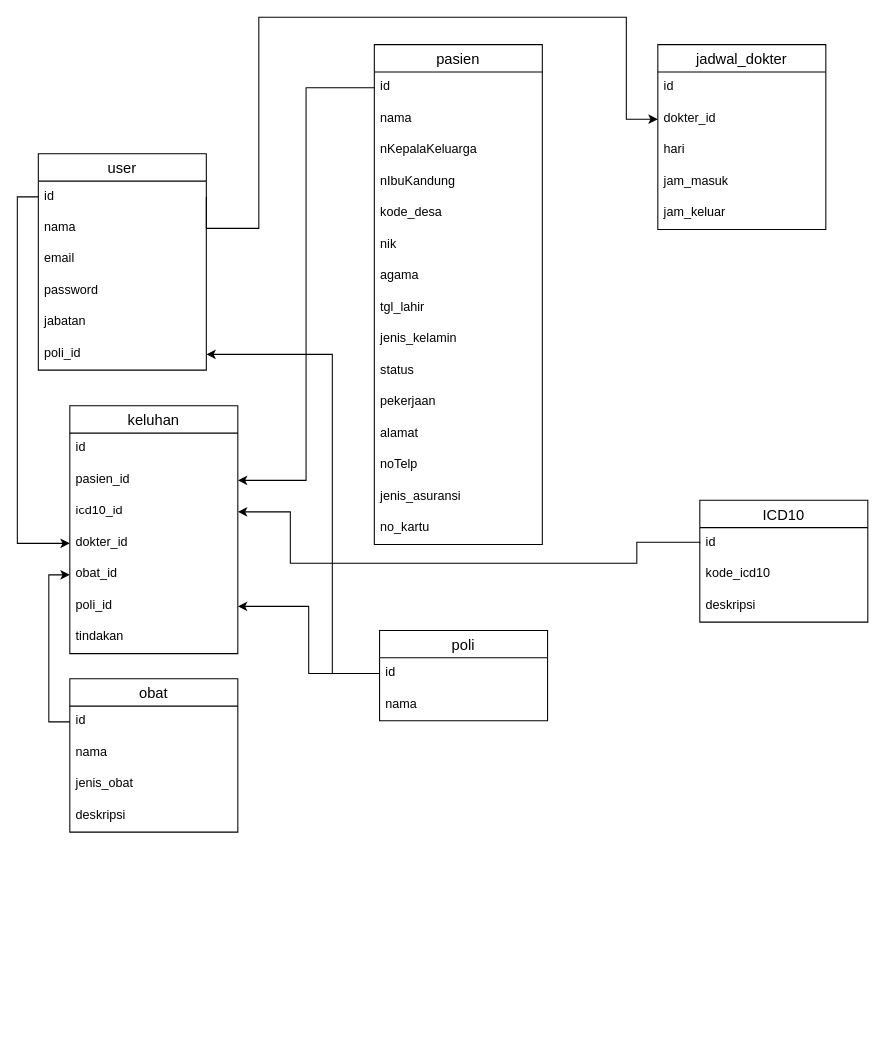
This is ERD/ERD sistem-rekam-medis.drawio from zabilsabri/sistem-rekam-medis, a draw.io file, before an edit. Source tidied: cells renumbered, new cells numbered last; positions are measured from the earlier drawing's top-left corner, leaving out a move shared by most shapes. Both pictures are drawn from the tidied source at 105%, with x=0, y=0 at pixel (38, 17).
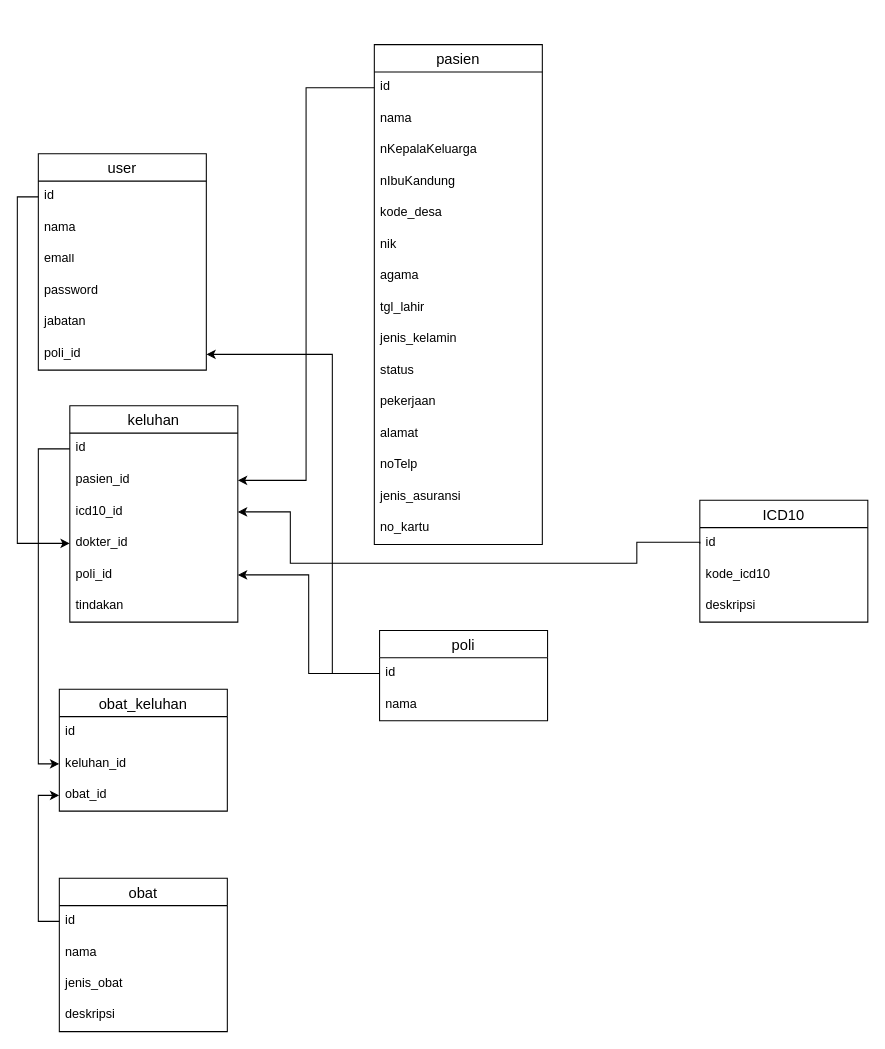
Above is the later version.

Unchanged cells that the change refers to:
```xml
<mxCell id="19" value="id" style="text;strokeColor=none;fillColor=none;spacingLeft=4;spacingRight=4;overflow=hidden;points=[[0,0.5],[1,0.5]];portConstraint=eastwest;fontSize=12;" parent="18" vertex="1">
  <mxGeometry y="26" width="160" height="30" as="geometry" />
</mxCell>
<mxCell id="26" value="id" style="text;strokeColor=none;fillColor=none;spacingLeft=4;spacingRight=4;overflow=hidden;points=[[0,0.5],[1,0.5]];portConstraint=eastwest;fontSize=12;" parent="25" vertex="1">
  <mxGeometry y="26" width="160" height="30" as="geometry" />
</mxCell>
<mxCell id="35" value="id" style="text;strokeColor=none;fillColor=none;spacingLeft=4;spacingRight=4;overflow=hidden;points=[[0,0.5],[1,0.5]];portConstraint=eastwest;fontSize=12;" parent="34" vertex="1">
  <mxGeometry y="26" width="160" height="30" as="geometry" />
</mxCell>
```

The edit, as a diff of the source:
```diff
@@
     <mxCell id="25" value="obat" style="swimlane;fontStyle=0;horizontal=1;startSize=26;align=center;fontSize=14;" parent="1" vertex="1">
-      <mxGeometry x="30" y="630" width="160" height="146" as="geometry" />
+      <mxGeometry x="20" y="820" width="160" height="146" as="geometry" />
     </mxCell>
@@
     <mxCell id="34" value="keluhan" style="swimlane;fontStyle=0;horizontal=1;startSize=26;align=center;fontSize=14;" parent="1" vertex="1">
-      <mxGeometry x="30" y="370" width="160" height="236" as="geometry" />
+      <mxGeometry x="30" y="370" width="160" height="206" as="geometry" />
     </mxCell>
@@
-    <mxCell id="39" value="obat_id" style="text;strokeColor=none;fillColor=none;spacingLeft=4;spacingRight=4;overflow=hidden;points=[[0,0.5],[1,0.5]];portConstraint=eastwest;fontSize=12;" parent="34" vertex="1">
-      <mxGeometry y="146" width="160" height="30" as="geometry" />
-    </mxCell>
     <mxCell id="40" value="poli_id" style="text;strokeColor=none;fillColor=none;spacingLeft=4;spacingRight=4;overflow=hidden;points=[[0,0.5],[1,0.5]];portConstraint=eastwest;fontSize=12;" parent="34" vertex="1">
-      <mxGeometry y="176" width="160" height="30" as="geometry" />
+      <mxGeometry y="146" width="160" height="30" as="geometry" />
     </mxCell>
     <mxCell id="41" value="tindakan" style="text;strokeColor=none;fillColor=none;spacingLeft=4;spacingRight=4;overflow=hidden;fontSize=12;" parent="34" vertex="1">
-      <mxGeometry y="206" width="160" height="30" as="geometry" />
+      <mxGeometry y="176" width="160" height="30" as="geometry" />
     </mxCell>
-    <mxCell id="42" value="jadwal_dokter" style="swimlane;fontStyle=0;horizontal=1;startSize=26;align=center;fontSize=14;" parent="1" vertex="1">
-      <mxGeometry x="590" y="26" width="160" height="176" as="geometry" />
-    </mxCell>
-    <mxCell id="43" value="id" style="text;strokeColor=none;fillColor=none;spacingLeft=4;spacingRight=4;overflow=hidden;fontSize=12;" parent="42" vertex="1">
-      <mxGeometry y="26" width="160" height="30" as="geometry" />
-    </mxCell>
-    <mxCell id="44" value="dokter_id" style="text;strokeColor=none;fillColor=none;spacingLeft=4;spacingRight=4;overflow=hidden;points=[[0,0.5],[1,0.5]];portConstraint=eastwest;fontSize=12;" parent="42" vertex="1">
-      <mxGeometry y="56" width="160" height="30" as="geometry" />
-    </mxCell>
-    <mxCell id="45" value="hari" style="text;strokeColor=none;fillColor=none;spacingLeft=4;spacingRight=4;overflow=hidden;fontSize=12;" parent="42" vertex="1">
-      <mxGeometry y="86" width="160" height="30" as="geometry" />
-    </mxCell>
-    <mxCell id="46" value="jam_masuk" style="text;strokeColor=none;fillColor=none;spacingLeft=4;spacingRight=4;overflow=hidden;fontSize=12;" parent="42" vertex="1">
-      <mxGeometry y="116" width="160" height="30" as="geometry" />
-    </mxCell>
-    <mxCell id="47" value="jam_keluar" style="text;strokeColor=none;fillColor=none;spacingLeft=4;spacingRight=4;overflow=hidden;fontSize=12;" parent="42" vertex="1">
-      <mxGeometry y="146" width="160" height="30" as="geometry" />
-    </mxCell>
@@
-    <mxCell id="50" style="edgeStyle=orthogonalEdgeStyle;rounded=0;jettySize=auto;html=1;exitX=0;exitY=0.5;exitDx=0;exitDy=0;entryX=0;entryY=0.5;entryDx=0;entryDy=0;" parent="1" edge="1" source="26" target="39">
-      <mxGeometry relative="1" as="geometry" />
-    </mxCell>
@@
-    <mxCell id="52" style="edgeStyle=orthogonalEdgeStyle;rounded=0;jettySize=auto;html=1;exitX=1;exitY=0.5;exitDx=0;exitDy=0;entryX=0;entryY=0.5;entryDx=0;entryDy=0;" parent="1" edge="1" source="19" target="44">
-      <mxGeometry relative="1" as="geometry">
-        <Array as="points">
-          <mxPoint x="210" y="201" />
-          <mxPoint x="210" />
-          <mxPoint x="560" />
-          <mxPoint x="560" y="97" />
-        </Array>
-      </mxGeometry>
-    </mxCell>
@@
+    <mxCell id="58" value="obat_keluhan" style="swimlane;fontStyle=0;horizontal=1;startSize=26;align=center;fontSize=14;" parent="1" vertex="1">
+      <mxGeometry x="20" y="640" width="160" height="116" as="geometry" />
+    </mxCell>
+    <mxCell id="43" value="id" style="text;strokeColor=none;fillColor=none;spacingLeft=4;spacingRight=4;overflow=hidden;fontSize=12;" parent="58" vertex="1">
+      <mxGeometry y="26" width="160" height="30" as="geometry" />
+    </mxCell>
+    <mxCell id="59" value="keluhan_id" style="text;strokeColor=none;fillColor=none;spacingLeft=4;spacingRight=4;overflow=hidden;points=[[0,0.5],[1,0.5]];portConstraint=eastwest;fontSize=12;" parent="58" vertex="1">
+      <mxGeometry y="56" width="160" height="30" as="geometry" />
+    </mxCell>
+    <mxCell id="39" value="obat_id" style="text;strokeColor=none;fillColor=none;spacingLeft=4;spacingRight=4;overflow=hidden;points=[[0,0.5],[1,0.5]];portConstraint=eastwest;fontSize=12;" parent="58" vertex="1">
+      <mxGeometry y="86" width="160" height="30" as="geometry" />
+    </mxCell>
+    <mxCell id="60" style="edgeStyle=orthogonalEdgeStyle;rounded=0;jettySize=auto;html=1;entryX=0;entryY=0.5;entryDx=0;entryDy=0;" parent="1" edge="1" source="35" target="59">
+      <mxGeometry relative="1" as="geometry" />
+    </mxCell>
+    <mxCell id="50" style="edgeStyle=orthogonalEdgeStyle;rounded=0;jettySize=auto;html=1;entryX=0;entryY=0.5;entryDx=0;entryDy=0;" parent="1" edge="1" source="26" target="39">
+      <mxGeometry relative="1" as="geometry" />
+    </mxCell>
```
